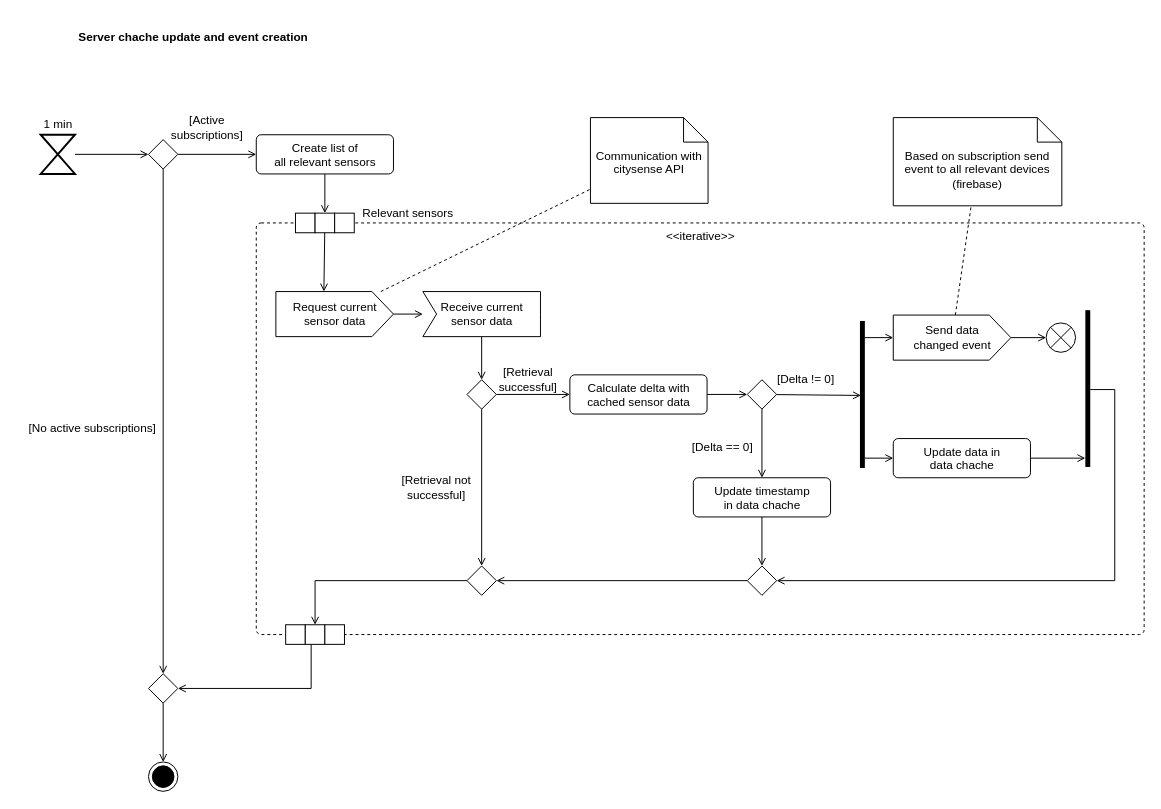
frozzenshooter/LoRaParkAppDocumentation keeps this draw.io diagram as ActivityDiagrams/serverChacheUpdateAndEventCreation.drawio. Above is the earlier version. Source tidied: cells renumbered, new cells numbered last; positions are measured from the earlier drawing's top-left corner, leaving out a move shared by most shapes. Both pictures are drawn from the tidied source at 98%, with x=0, y=0 at pixel (17, 17).
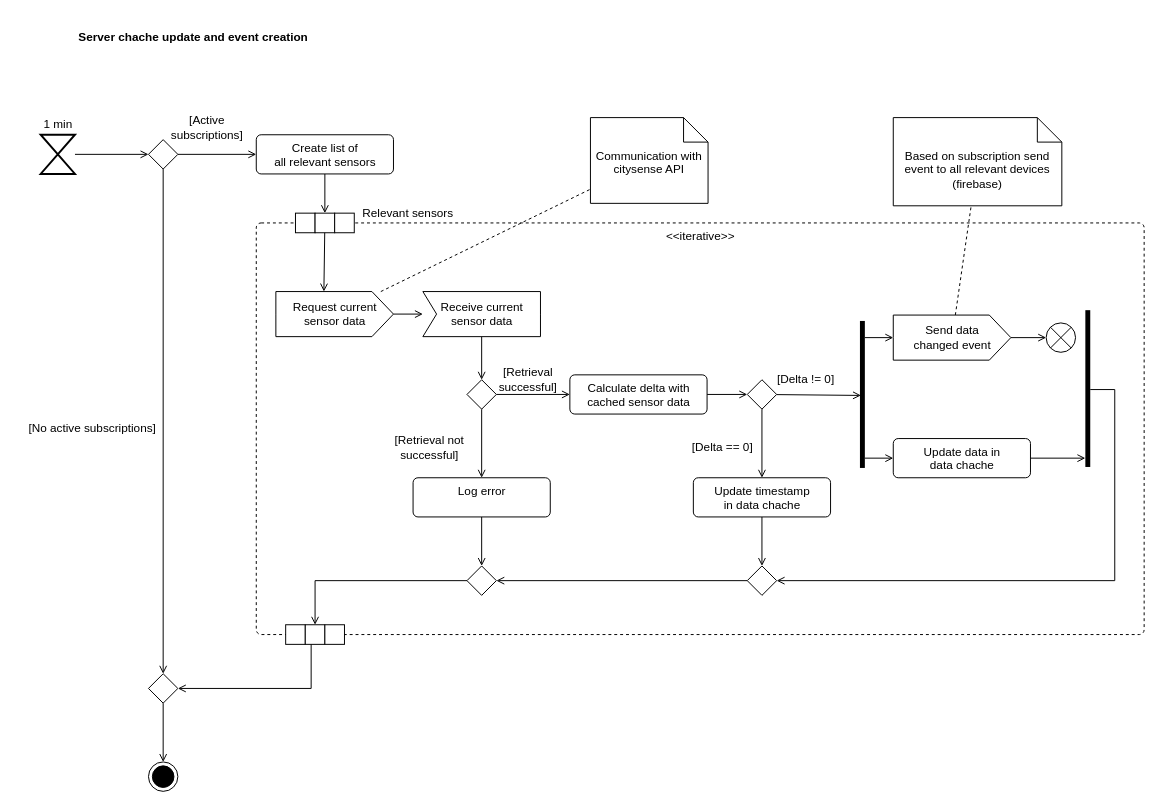
The same page after the edit.

Commit message (it also covers changes not shown here):
Event handling and server update improved

The change refers to these unchanged cells:
```xml
<mxCell id="33" style="rhombus;" parent="1" vertex="1">
  <mxGeometry x="459" y="370" width="30" height="30" as="geometry" />
</mxCell>
<mxCell id="35" style="rhombus;" parent="1" vertex="1">
  <mxGeometry x="459" y="560" width="30" height="30" as="geometry" />
</mxCell>
```

Change to the diagram source:
```diff
@@
-    <mxCell id="31" style="edgeStyle=none;rounded=0;jettySize=auto;html=1;endArrow=open;endFill=0;" parent="1" edge="1" source="33" target="35">
+    <mxCell id="31" style="edgeStyle=none;rounded=0;jettySize=auto;html=1;endArrow=open;endFill=0;entryX=0.5;entryY=0;entryDx=0;entryDy=0;" parent="1" edge="1" source="33" target="65">
       <mxGeometry relative="1" as="geometry" />
     </mxCell>
@@
     <mxCell id="36" value="[Retrieval not&lt;br&gt;successful]" style="text;html=1;strokeColor=none;fillColor=none;align=center;verticalAlign=middle;whiteSpace=wrap;rounded=0;" parent="1" vertex="1">
-      <mxGeometry x="380" y="460" width="96" height="40" as="geometry" />
+      <mxGeometry x="373" y="419" width="96" height="40" as="geometry" />
     </mxCell>
@@
+    <mxCell id="64" style="edgeStyle=orthogonalEdgeStyle;rounded=0;jettySize=auto;html=1;endArrow=open;endFill=0;" parent="1" edge="1" source="65" target="35">
+      <mxGeometry relative="1" as="geometry" />
+    </mxCell>
+    <mxCell id="65" value="Log error" style="html=1;align=center;verticalAlign=top;rounded=1;absoluteArcSize=1;arcSize=10;dashed=0;" parent="1" vertex="1">
+      <mxGeometry x="404" y="470" width="140" height="40" as="geometry" />
+    </mxCell>
```
